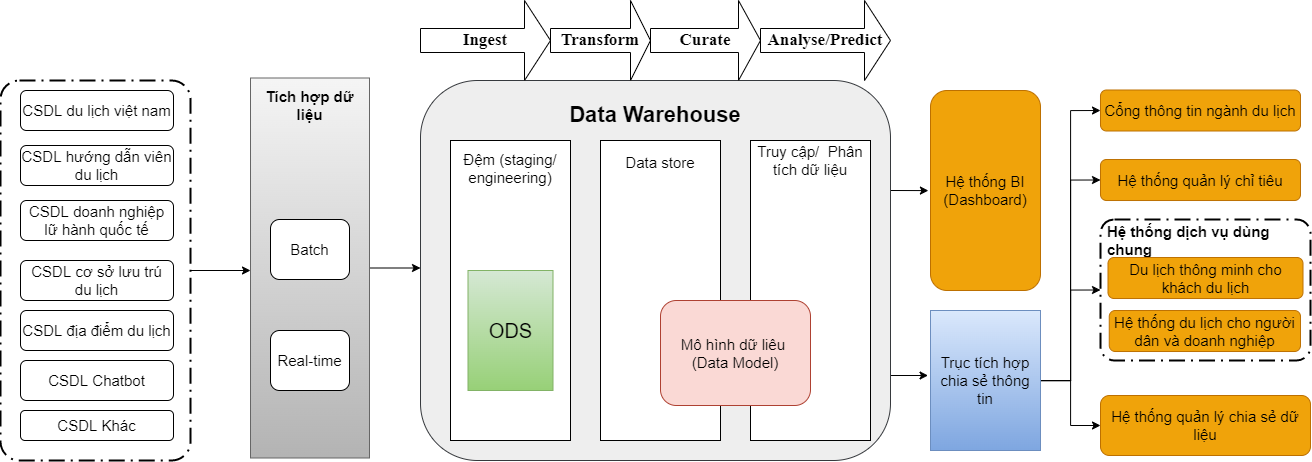
Above: tcdl-Page-1.drawio.png in letheanh12345/Draw-io (draw.io), before the change. Source tidied: cells renumbered, new cells last; positions are measured from the earlier drawing's top-left corner, leaving out a move shared by most shapes. Source of this version:
```xml
<mxGraphModel>
  <root>
    <mxCell id="0" />
    <mxCell id="1" parent="0" />
    <mxCell id="2" style="edgeStyle=orthogonalEdgeStyle;rounded=0;jettySize=auto;html=1;fontSize=15;" parent="1" edge="1" source="3">
      <mxGeometry relative="1" as="geometry">
        <mxPoint x="250" y="270" as="targetPoint" />
      </mxGeometry>
    </mxCell>
    <mxCell id="3" style="points=[[0.25,0,0],[0.5,0,0],[0.75,0,0],[1,0.25,0],[1,0.5,0],[1,0.75,0],[0.75,1,0],[0.5,1,0],[0.25,1,0],[0,0.75,0],[0,0.5,0],[0,0.25,0]];rounded=1;arcSize=10;dashed=1;strokeColor=#000000;fillColor=none;gradientColor=none;dashPattern=8 3 1 3;strokeWidth=2;fontStyle=1;fontSize=20;" parent="1" vertex="1">
      <mxGeometry y="80" width="190" height="380" as="geometry" />
    </mxCell>
    <mxCell id="4" style="edgeStyle=orthogonalEdgeStyle;rounded=0;orthogonalLoop=1;jettySize=auto;html=1;exitX=1;exitY=0.75;exitDx=0;exitDy=0;entryX=-0.027;entryY=0.672;entryDx=0;entryDy=0;entryPerimeter=0;fontSize=15;" parent="1" edge="1">
      <mxGeometry relative="1" as="geometry">
        <mxPoint x="890" y="375" as="sourcePoint" />
        <mxPoint x="927.6" y="374.5" as="targetPoint" />
      </mxGeometry>
    </mxCell>
    <mxCell id="5" style="edgeStyle=orthogonalEdgeStyle;rounded=0;orthogonalLoop=1;jettySize=auto;html=1;exitX=1;exitY=0.5;exitDx=0;exitDy=0;entryX=-0.019;entryY=0.894;entryDx=0;entryDy=0;entryPerimeter=0;fontSize=15;" parent="1" edge="1">
      <mxGeometry relative="1" as="geometry">
        <mxPoint x="890" y="190" as="sourcePoint" />
        <mxPoint x="927.9" y="188.8" as="targetPoint" />
      </mxGeometry>
    </mxCell>
    <mxCell id="6" style="rounded=1;whiteSpace=wrap;html=1;fillColor=#eeeeee;strokeColor=#36393d;" parent="1" vertex="1">
      <mxGeometry x="420" y="80" width="470" height="380" as="geometry" />
    </mxCell>
    <mxCell id="7" value="&lt;font style=&quot;font-size: 22px&quot;&gt;&lt;b&gt;Data Warehouse&lt;/b&gt;&lt;/font&gt;" style="text;html=1;strokeColor=none;fillColor=none;align=center;verticalAlign=middle;whiteSpace=wrap;rounded=0;" parent="1" vertex="1">
      <mxGeometry x="440" y="100" width="430" height="30" as="geometry" />
    </mxCell>
    <mxCell id="8" value="&lt;b&gt;&lt;font style=&quot;font-size: 17px;&quot;&gt;Ingest&lt;/font&gt;&lt;/b&gt;" style="shape=singleArrow;whiteSpace=wrap;html=1;fontFamily=Times New Roman;fontSize=14;" parent="1" vertex="1">
      <mxGeometry x="420" width="130" height="80" as="geometry" />
    </mxCell>
    <mxCell id="9" value="&lt;b&gt;&lt;font style=&quot;font-size: 17px;&quot;&gt;Transform&lt;/font&gt;&lt;/b&gt;" style="shape=singleArrow;whiteSpace=wrap;html=1;fontFamily=Times New Roman;fontSize=14;" parent="1" vertex="1">
      <mxGeometry x="550" width="100" height="80" as="geometry" />
    </mxCell>
    <mxCell id="10" value="&lt;b&gt;&lt;font style=&quot;font-size: 17px;&quot;&gt;Curate&lt;/font&gt;&lt;/b&gt;" style="shape=singleArrow;whiteSpace=wrap;html=1;fontFamily=Times New Roman;fontSize=14;" parent="1" vertex="1">
      <mxGeometry x="650" width="110" height="80" as="geometry" />
    </mxCell>
    <mxCell id="11" value="&lt;b&gt;&lt;font style=&quot;font-size: 17px;&quot;&gt;Analyse/Predict&lt;/font&gt;&lt;/b&gt;" style="shape=singleArrow;whiteSpace=wrap;html=1;fontFamily=Times New Roman;fontSize=14;" parent="1" vertex="1">
      <mxGeometry x="760" width="130" height="80" as="geometry" />
    </mxCell>
    <mxCell id="12" style="edgeStyle=orthogonalEdgeStyle;rounded=0;jettySize=auto;html=1;fontSize=15;" parent="1" edge="1" source="13">
      <mxGeometry relative="1" as="geometry">
        <mxPoint x="420" y="267.5" as="targetPoint" />
      </mxGeometry>
    </mxCell>
    <mxCell id="13" style="rounded=0;whiteSpace=wrap;html=1;fontSize=15;fillColor=#f5f5f5;gradientColor=#b3b3b3;strokeColor=#666666;" parent="1" vertex="1">
      <mxGeometry x="250" y="77.5" width="119" height="380" as="geometry" />
    </mxCell>
    <mxCell id="14" value="&lt;b&gt;Tích hợp dữ liệu&lt;/b&gt;" style="text;html=1;strokeColor=none;fillColor=none;align=center;verticalAlign=middle;whiteSpace=wrap;rounded=0;fontSize=15;" parent="1" vertex="1">
      <mxGeometry x="250" y="90" width="119" height="30" as="geometry" />
    </mxCell>
    <mxCell id="15" value="Batch" style="rounded=1;whiteSpace=wrap;html=1;fontSize=15;" parent="1" vertex="1">
      <mxGeometry x="270" y="219" width="79" height="60" as="geometry" />
    </mxCell>
    <mxCell id="16" value="Real-time" style="rounded=1;whiteSpace=wrap;html=1;fontSize=15;" parent="1" vertex="1">
      <mxGeometry x="270" y="330" width="79" height="60" as="geometry" />
    </mxCell>
    <mxCell id="17" style="rounded=0;whiteSpace=wrap;html=1;fontSize=15;" parent="1" vertex="1">
      <mxGeometry x="450" y="140" width="120" height="300" as="geometry" />
    </mxCell>
    <mxCell id="18" value="Đệm (staging/ engineering)" style="text;html=1;strokeColor=none;fillColor=none;align=center;verticalAlign=middle;whiteSpace=wrap;rounded=0;fontSize=15;" parent="1" vertex="1">
      <mxGeometry x="455" y="145" width="110" height="45" as="geometry" />
    </mxCell>
    <mxCell id="19" value="&lt;font style=&quot;font-size: 20px;&quot;&gt;ODS&lt;/font&gt;" style="rounded=0;whiteSpace=wrap;html=1;fontSize=15;fillColor=#d5e8d4;gradientColor=#97d077;strokeColor=#82b366;" parent="1" vertex="1">
      <mxGeometry x="467.5" y="270" width="85" height="120" as="geometry" />
    </mxCell>
    <mxCell id="20" style="rounded=0;whiteSpace=wrap;html=1;fontSize=20;" parent="1" vertex="1">
      <mxGeometry x="600" y="140" width="120" height="300" as="geometry" />
    </mxCell>
    <mxCell id="21" value="&lt;font style=&quot;font-size: 15px;&quot;&gt;Data store&lt;/font&gt;" style="text;html=1;strokeColor=none;fillColor=none;align=center;verticalAlign=middle;whiteSpace=wrap;rounded=0;fontSize=20;" parent="1" vertex="1">
      <mxGeometry x="600" y="145" width="120" height="30" as="geometry" />
    </mxCell>
    <mxCell id="22" style="rounded=0;whiteSpace=wrap;html=1;fontSize=15;" parent="1" vertex="1">
      <mxGeometry x="750" y="140" width="120" height="300" as="geometry" />
    </mxCell>
    <mxCell id="23" value="Truy cập/&amp;nbsp; Phân tích dữ liệu" style="text;html=1;strokeColor=none;fillColor=none;align=center;verticalAlign=middle;whiteSpace=wrap;rounded=0;fontSize=15;" parent="1" vertex="1">
      <mxGeometry x="750" y="145" width="120" height="30" as="geometry" />
    </mxCell>
    <mxCell id="24" value="Mô hình dữ liêu&amp;nbsp; (Data Model)" style="rounded=1;whiteSpace=wrap;html=1;fontSize=15;fillColor=#fad9d5;strokeColor=#ae4132;" parent="1" vertex="1">
      <mxGeometry x="660" y="300" width="150" height="105" as="geometry" />
    </mxCell>
    <mxCell id="25" value="Hệ thống BI (Dashboard)" style="rounded=1;whiteSpace=wrap;html=1;fontSize=15;fillColor=#f0a30a;fontColor=#000000;strokeColor=#BD7000;" parent="1" vertex="1">
      <mxGeometry x="930" y="90" width="110" height="200" as="geometry" />
    </mxCell>
    <mxCell id="26" style="edgeStyle=orthogonalEdgeStyle;rounded=0;jettySize=auto;html=1;entryX=0;entryY=0.5;entryDx=0;entryDy=0;" parent="1" edge="1" source="30" target="38">
      <mxGeometry relative="1" as="geometry" />
    </mxCell>
    <mxCell id="27" style="edgeStyle=orthogonalEdgeStyle;rounded=0;jettySize=auto;html=1;entryX=0;entryY=0.5;entryDx=0;entryDy=0;" parent="1" edge="1" source="30" target="39">
      <mxGeometry relative="1" as="geometry" />
    </mxCell>
    <mxCell id="28" style="edgeStyle=orthogonalEdgeStyle;rounded=0;jettySize=auto;html=1;entryX=0;entryY=0.5;entryDx=0;entryDy=0;entryPerimeter=0;" parent="1" edge="1" source="30" target="40">
      <mxGeometry relative="1" as="geometry" />
    </mxCell>
    <mxCell id="29" style="edgeStyle=orthogonalEdgeStyle;rounded=0;jettySize=auto;html=1;entryX=0;entryY=0.5;entryDx=0;entryDy=0;" parent="1" edge="1" source="30" target="44">
      <mxGeometry relative="1" as="geometry" />
    </mxCell>
    <mxCell id="30" value="Trục tích hợp chia sẻ thông tin" style="rounded=0;whiteSpace=wrap;html=1;fontSize=15;fillColor=#dae8fc;gradientColor=#7ea6e0;strokeColor=#6c8ebf;" parent="1" vertex="1">
      <mxGeometry x="930" y="310" width="110" height="140" as="geometry" />
    </mxCell>
    <mxCell id="31" value="&lt;font style=&quot;font-size: 15px;&quot;&gt;CSDL du lịch việt nam&lt;/font&gt;" style="rounded=1;whiteSpace=wrap;html=1;" parent="1" vertex="1">
      <mxGeometry x="20" y="90" width="153" height="40" as="geometry" />
    </mxCell>
    <mxCell id="32" value="&lt;font style=&quot;font-size: 15px;&quot;&gt;CSDL hướng dẫn viên du lịch&lt;/font&gt;" style="rounded=1;whiteSpace=wrap;html=1;" parent="1" vertex="1">
      <mxGeometry x="20" y="145" width="153" height="40" as="geometry" />
    </mxCell>
    <mxCell id="33" value="&lt;font style=&quot;font-size: 15px;&quot;&gt;CSDL doanh nghiệp lữ hành quốc tế&lt;/font&gt;" style="rounded=1;whiteSpace=wrap;html=1;" parent="1" vertex="1">
      <mxGeometry x="20" y="200" width="153" height="40" as="geometry" />
    </mxCell>
    <mxCell id="34" value="&lt;font style=&quot;font-size: 15px;&quot;&gt;CSDL Khác&lt;/font&gt;" style="rounded=1;whiteSpace=wrap;html=1;" parent="1" vertex="1">
      <mxGeometry x="20" y="410" width="153" height="30" as="geometry" />
    </mxCell>
    <mxCell id="35" value="&lt;font style=&quot;font-size: 15px;&quot;&gt;CSDL cơ sở lưu trú du lịch&lt;/font&gt;" style="rounded=1;whiteSpace=wrap;html=1;" parent="1" vertex="1">
      <mxGeometry x="20" y="260" width="153" height="40" as="geometry" />
    </mxCell>
    <mxCell id="36" value="&lt;font style=&quot;font-size: 15px;&quot;&gt;CSDL Chatbot&lt;/font&gt;" style="rounded=1;whiteSpace=wrap;html=1;" parent="1" vertex="1">
      <mxGeometry x="20" y="360" width="153" height="40" as="geometry" />
    </mxCell>
    <mxCell id="37" value="&lt;font style=&quot;font-size: 15px;&quot;&gt;CSDL địa điểm du lịch&lt;/font&gt;" style="rounded=1;whiteSpace=wrap;html=1;" parent="1" vertex="1">
      <mxGeometry x="20" y="310" width="153" height="40" as="geometry" />
    </mxCell>
    <mxCell id="38" value="Cổng thông tin ngành du lịch" style="rounded=1;whiteSpace=wrap;html=1;fontSize=15;fillColor=#f0a30a;fontColor=#000000;strokeColor=#BD7000;" parent="1" vertex="1">
      <mxGeometry x="1100" y="89.5" width="200" height="41" as="geometry" />
    </mxCell>
    <mxCell id="39" value="Hệ thống quản lý chỉ tiêu" style="rounded=1;whiteSpace=wrap;html=1;fontSize=15;fillColor=#f0a30a;fontColor=#000000;strokeColor=#BD7000;" parent="1" vertex="1">
      <mxGeometry x="1100" y="159" width="200" height="41" as="geometry" />
    </mxCell>
    <mxCell id="40" style="points=[[0.25,0,0],[0.5,0,0],[0.75,0,0],[1,0.25,0],[1,0.5,0],[1,0.75,0],[0.75,1,0],[0.5,1,0],[0.25,1,0],[0,0.75,0],[0,0.5,0],[0,0.25,0]];rounded=1;arcSize=10;dashed=1;strokeColor=#000000;fillColor=none;gradientColor=none;dashPattern=8 3 1 3;strokeWidth=2;fontStyle=1;fontSize=20;" parent="1" vertex="1">
      <mxGeometry x="1100" y="219" width="210" height="141" as="geometry" />
    </mxCell>
    <mxCell id="41" value="&lt;b&gt;&lt;font style=&quot;font-size: 15px;&quot;&gt;Hệ thống dịch vụ dùng chung&lt;/font&gt;&lt;/b&gt;" style="text;html=1;strokeColor=none;fillColor=none;align=left;verticalAlign=middle;whiteSpace=wrap;rounded=0;" parent="1" vertex="1">
      <mxGeometry x="1105" y="220" width="205" height="40" as="geometry" />
    </mxCell>
    <mxCell id="42" value="Du lịch thông minh cho khách du lịch" style="rounded=1;whiteSpace=wrap;html=1;fontSize=15;fillColor=#f0a30a;fontColor=#000000;strokeColor=#BD7000;" parent="1" vertex="1">
      <mxGeometry x="1107.5" y="257" width="195" height="41" as="geometry" />
    </mxCell>
    <mxCell id="43" value="Hệ thống du lịch cho người dân và doanh nghiệp" style="rounded=1;whiteSpace=wrap;html=1;fontSize=15;fillColor=#f0a30a;fontColor=#000000;strokeColor=#BD7000;" parent="1" vertex="1">
      <mxGeometry x="1108.8" y="310" width="191.2" height="41" as="geometry" />
    </mxCell>
    <mxCell id="44" value="Hệ thống quản lý chia sẻ dữ liệu" style="rounded=1;whiteSpace=wrap;html=1;fontSize=15;fillColor=#f0a30a;fontColor=#000000;strokeColor=#BD7000;" parent="1" vertex="1">
      <mxGeometry x="1100" y="395" width="210" height="60" as="geometry" />
    </mxCell>
  </root>
</mxGraphModel>
```
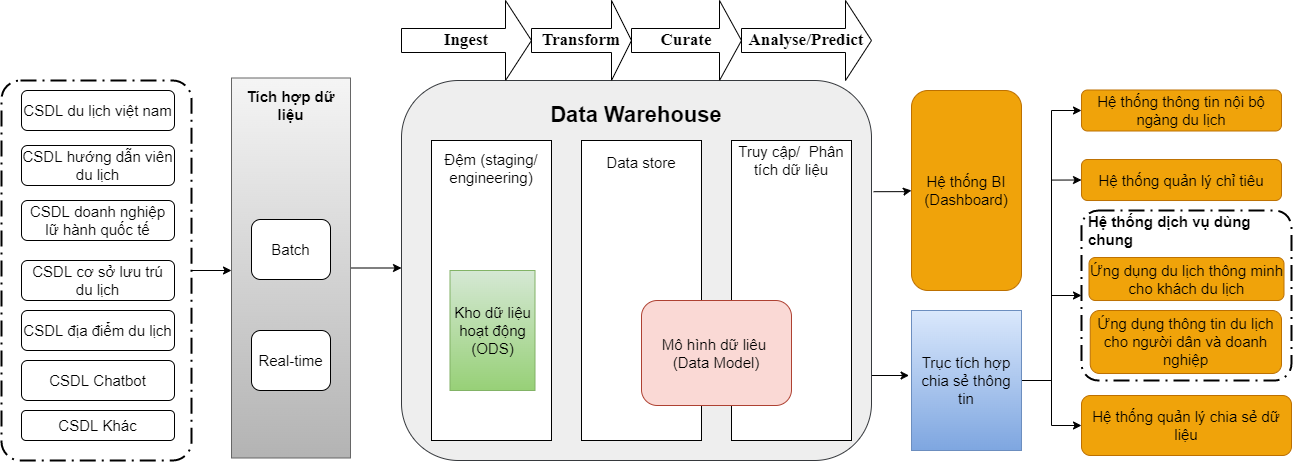
Later version of the same file.

The edit, as a diff of the source:
```diff
@@ -8,7 +8,7 @@
       </mxGeometry>
     </mxCell>
     <mxCell id="3" style="points=[[0.25,0,0],[0.5,0,0],[0.75,0,0],[1,0.25,0],[1,0.5,0],[1,0.75,0],[0.75,1,0],[0.5,1,0],[0.25,1,0],[0,0.75,0],[0,0.5,0],[0,0.25,0]];rounded=1;arcSize=10;dashed=1;strokeColor=#000000;fillColor=none;gradientColor=none;dashPattern=8 3 1 3;strokeWidth=2;fontStyle=1;fontSize=20;" parent="1" vertex="1">
-      <mxGeometry y="80" width="190" height="380" as="geometry" />
+      <mxGeometry x="20" y="80" width="190" height="380" as="geometry" />
     </mxCell>
     <mxCell id="4" style="edgeStyle=orthogonalEdgeStyle;rounded=0;orthogonalLoop=1;jettySize=auto;html=1;exitX=1;exitY=0.75;exitDx=0;exitDy=0;entryX=-0.027;entryY=0.672;entryDx=0;entryDy=0;entryPerimeter=0;fontSize=15;" parent="1" edge="1">
       <mxGeometry relative="1" as="geometry">
@@ -18,8 +18,12 @@
     </mxCell>
     <mxCell id="5" style="edgeStyle=orthogonalEdgeStyle;rounded=0;orthogonalLoop=1;jettySize=auto;html=1;exitX=1;exitY=0.5;exitDx=0;exitDy=0;entryX=-0.019;entryY=0.894;entryDx=0;entryDy=0;entryPerimeter=0;fontSize=15;" parent="1" edge="1">
       <mxGeometry relative="1" as="geometry">
-        <mxPoint x="890" y="190" as="sourcePoint" />
-        <mxPoint x="927.9" y="188.8" as="targetPoint" />
+        <mxPoint x="892.1" y="191.2" as="sourcePoint" />
+        <mxPoint x="930" y="190" as="targetPoint" />
+        <Array as="points">
+          <mxPoint x="922.1" y="191.2" />
+          <mxPoint x="922.1" y="190.2" />
+        </Array>
       </mxGeometry>
     </mxCell>
     <mxCell id="6" style="rounded=1;whiteSpace=wrap;html=1;fillColor=#eeeeee;strokeColor=#36393d;" parent="1" vertex="1">
@@ -63,8 +67,8 @@
     <mxCell id="18" value="Đệm (staging/ engineering)" style="text;html=1;strokeColor=none;fillColor=none;align=center;verticalAlign=middle;whiteSpace=wrap;rounded=0;fontSize=15;" parent="1" vertex="1">
       <mxGeometry x="455" y="145" width="110" height="45" as="geometry" />
     </mxCell>
-    <mxCell id="19" value="&lt;font style=&quot;font-size: 20px;&quot;&gt;ODS&lt;/font&gt;" style="rounded=0;whiteSpace=wrap;html=1;fontSize=15;fillColor=#d5e8d4;gradientColor=#97d077;strokeColor=#82b366;" parent="1" vertex="1">
-      <mxGeometry x="467.5" y="270" width="85" height="120" as="geometry" />
+    <mxCell id="19" value="&lt;span style=&quot;font-size:14.0pt;font-family:&amp;quot;Times New Roman&amp;quot;,serif;&lt;br/&gt;mso-fareast-font-family:&amp;quot;Times New Roman&amp;quot;;mso-ansi-language:EN-US;mso-fareast-language:&lt;br/&gt;EN-US;mso-bidi-language:AR-SA&quot;&gt;Kho dữ liệu hoạt động (ODS)&lt;/span&gt;" style="rounded=0;whiteSpace=wrap;html=1;fontSize=15;fillColor=#d5e8d4;gradientColor=#97d077;strokeColor=#82b366;" parent="1" vertex="1">
+      <mxGeometry x="468.5" y="270" width="85" height="120" as="geometry" />
     </mxCell>
     <mxCell id="20" style="rounded=0;whiteSpace=wrap;html=1;fontSize=20;" parent="1" vertex="1">
       <mxGeometry x="600" y="140" width="120" height="300" as="geometry" />
@@ -100,43 +104,43 @@
       <mxGeometry x="930" y="310" width="110" height="140" as="geometry" />
     </mxCell>
     <mxCell id="31" value="&lt;font style=&quot;font-size: 15px;&quot;&gt;CSDL du lịch việt nam&lt;/font&gt;" style="rounded=1;whiteSpace=wrap;html=1;" parent="1" vertex="1">
-      <mxGeometry x="20" y="90" width="153" height="40" as="geometry" />
+      <mxGeometry x="40" y="90" width="153" height="40" as="geometry" />
     </mxCell>
     <mxCell id="32" value="&lt;font style=&quot;font-size: 15px;&quot;&gt;CSDL hướng dẫn viên du lịch&lt;/font&gt;" style="rounded=1;whiteSpace=wrap;html=1;" parent="1" vertex="1">
-      <mxGeometry x="20" y="145" width="153" height="40" as="geometry" />
+      <mxGeometry x="40" y="145" width="153" height="40" as="geometry" />
     </mxCell>
     <mxCell id="33" value="&lt;font style=&quot;font-size: 15px;&quot;&gt;CSDL doanh nghiệp lữ hành quốc tế&lt;/font&gt;" style="rounded=1;whiteSpace=wrap;html=1;" parent="1" vertex="1">
-      <mxGeometry x="20" y="200" width="153" height="40" as="geometry" />
+      <mxGeometry x="40" y="200" width="153" height="40" as="geometry" />
     </mxCell>
     <mxCell id="34" value="&lt;font style=&quot;font-size: 15px;&quot;&gt;CSDL Khác&lt;/font&gt;" style="rounded=1;whiteSpace=wrap;html=1;" parent="1" vertex="1">
-      <mxGeometry x="20" y="410" width="153" height="30" as="geometry" />
+      <mxGeometry x="40" y="410" width="153" height="30" as="geometry" />
     </mxCell>
     <mxCell id="35" value="&lt;font style=&quot;font-size: 15px;&quot;&gt;CSDL cơ sở lưu trú du lịch&lt;/font&gt;" style="rounded=1;whiteSpace=wrap;html=1;" parent="1" vertex="1">
-      <mxGeometry x="20" y="260" width="153" height="40" as="geometry" />
+      <mxGeometry x="40" y="260" width="153" height="40" as="geometry" />
     </mxCell>
     <mxCell id="36" value="&lt;font style=&quot;font-size: 15px;&quot;&gt;CSDL Chatbot&lt;/font&gt;" style="rounded=1;whiteSpace=wrap;html=1;" parent="1" vertex="1">
-      <mxGeometry x="20" y="360" width="153" height="40" as="geometry" />
+      <mxGeometry x="40" y="360" width="153" height="40" as="geometry" />
     </mxCell>
     <mxCell id="37" value="&lt;font style=&quot;font-size: 15px;&quot;&gt;CSDL địa điểm du lịch&lt;/font&gt;" style="rounded=1;whiteSpace=wrap;html=1;" parent="1" vertex="1">
-      <mxGeometry x="20" y="310" width="153" height="40" as="geometry" />
+      <mxGeometry x="40" y="310" width="153" height="40" as="geometry" />
     </mxCell>
-    <mxCell id="38" value="Cổng thông tin ngành du lịch" style="rounded=1;whiteSpace=wrap;html=1;fontSize=15;fillColor=#f0a30a;fontColor=#000000;strokeColor=#BD7000;" parent="1" vertex="1">
+    <mxCell id="38" value="Hệ thống thông tin nội bộ ngàng du lịch" style="rounded=1;whiteSpace=wrap;html=1;fontSize=15;fillColor=#f0a30a;fontColor=#000000;strokeColor=#BD7000;" parent="1" vertex="1">
       <mxGeometry x="1100" y="89.5" width="200" height="41" as="geometry" />
     </mxCell>
     <mxCell id="39" value="Hệ thống quản lý chỉ tiêu" style="rounded=1;whiteSpace=wrap;html=1;fontSize=15;fillColor=#f0a30a;fontColor=#000000;strokeColor=#BD7000;" parent="1" vertex="1">
       <mxGeometry x="1100" y="159" width="200" height="41" as="geometry" />
     </mxCell>
     <mxCell id="40" style="points=[[0.25,0,0],[0.5,0,0],[0.75,0,0],[1,0.25,0],[1,0.5,0],[1,0.75,0],[0.75,1,0],[0.5,1,0],[0.25,1,0],[0,0.75,0],[0,0.5,0],[0,0.25,0]];rounded=1;arcSize=10;dashed=1;strokeColor=#000000;fillColor=none;gradientColor=none;dashPattern=8 3 1 3;strokeWidth=2;fontStyle=1;fontSize=20;" parent="1" vertex="1">
-      <mxGeometry x="1100" y="219" width="210" height="141" as="geometry" />
+      <mxGeometry x="1100" y="210" width="210" height="170" as="geometry" />
     </mxCell>
     <mxCell id="41" value="&lt;b&gt;&lt;font style=&quot;font-size: 15px;&quot;&gt;Hệ thống dịch vụ dùng chung&lt;/font&gt;&lt;/b&gt;" style="text;html=1;strokeColor=none;fillColor=none;align=left;verticalAlign=middle;whiteSpace=wrap;rounded=0;" parent="1" vertex="1">
-      <mxGeometry x="1105" y="220" width="205" height="40" as="geometry" />
+      <mxGeometry x="1105" y="210" width="205" height="40" as="geometry" />
     </mxCell>
-    <mxCell id="42" value="Du lịch thông minh cho khách du lịch" style="rounded=1;whiteSpace=wrap;html=1;fontSize=15;fillColor=#f0a30a;fontColor=#000000;strokeColor=#BD7000;" parent="1" vertex="1">
-      <mxGeometry x="1107.5" y="257" width="195" height="41" as="geometry" />
+    <mxCell id="42" value="Ứng dụng du lịch thông minh cho khách du lịch" style="rounded=1;whiteSpace=wrap;html=1;fontSize=15;fillColor=#f0a30a;fontColor=#000000;strokeColor=#BD7000;" parent="1" vertex="1">
+      <mxGeometry x="1107.5" y="257" width="195" height="43" as="geometry" />
     </mxCell>
-    <mxCell id="43" value="Hệ thống du lịch cho người dân và doanh nghiệp" style="rounded=1;whiteSpace=wrap;html=1;fontSize=15;fillColor=#f0a30a;fontColor=#000000;strokeColor=#BD7000;" parent="1" vertex="1">
-      <mxGeometry x="1108.8" y="310" width="191.2" height="41" as="geometry" />
+    <mxCell id="43" value="Ứng dụng thông tin du lịch cho người dân và doanh nghiệp" style="rounded=1;whiteSpace=wrap;html=1;fontSize=15;fillColor=#f0a30a;fontColor=#000000;strokeColor=#BD7000;" parent="1" vertex="1">
+      <mxGeometry x="1108.8" y="310" width="191.2" height="63" as="geometry" />
     </mxCell>
     <mxCell id="44" value="Hệ thống quản lý chia sẻ dữ liệu" style="rounded=1;whiteSpace=wrap;html=1;fontSize=15;fillColor=#f0a30a;fontColor=#000000;strokeColor=#BD7000;" parent="1" vertex="1">
       <mxGeometry x="1100" y="395" width="210" height="60" as="geometry" />
```
